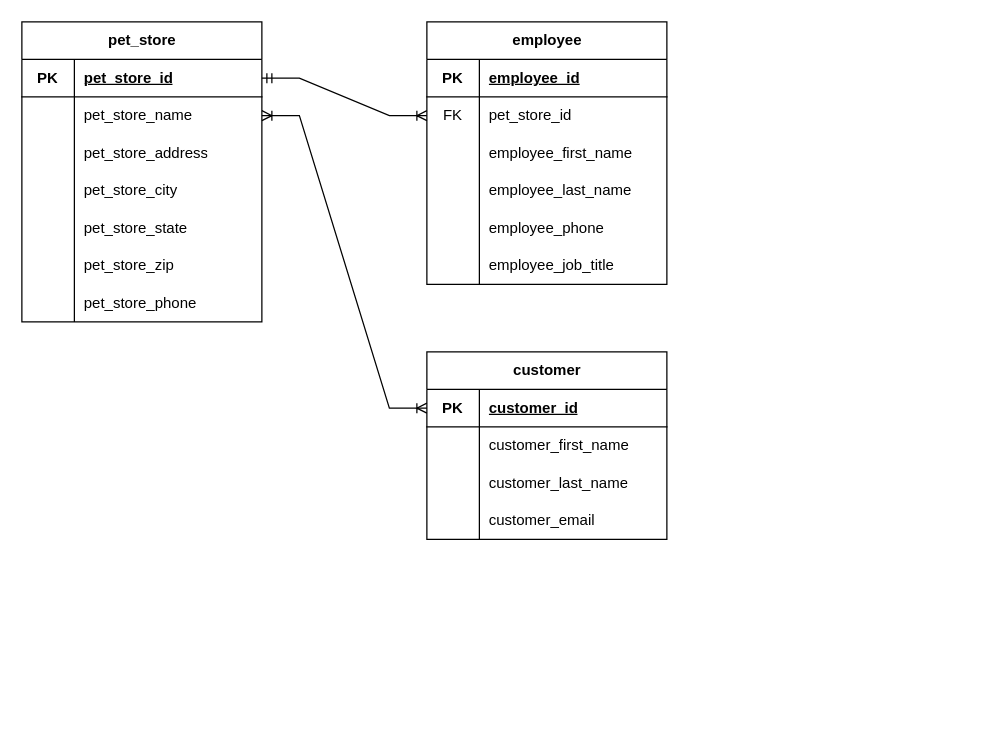
ProjectGrantwood/pet-store keeps this draw.io diagram as src/main/resources/pet_store_erd.drawio. Above is the earlier version. Source tidied: cells renumbered, new cells numbered last; positions are measured from the earlier drawing's top-left corner, leaving out a move shared by most shapes. Both pictures are drawn from the tidied source at 125%, with x=0, y=0 at pixel (21, 21).
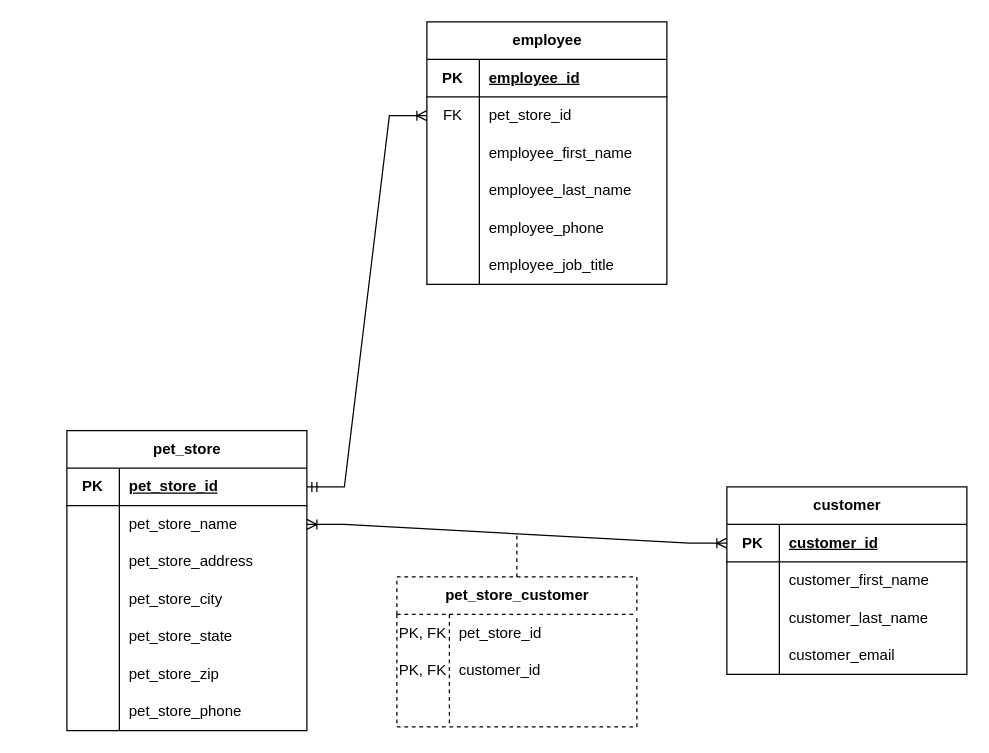
The same diagram, later.

Commit message (it also covers changes not shown here):
added pet_store_customer join table to ERD

The change refers to these unchanged cells:
```xml
<mxCell id="3" style="shape=tableRow;horizontal=0;startSize=0;swimlaneHead=0;swimlaneBody=0;fillColor=none;points=[[0,0.5],[1,0.5]];portConstraint=eastwest;top=0;left=0;right=0;bottom=1;" parent="2" vertex="1">
  <mxGeometry y="30" width="192" height="30" as="geometry" />
</mxCell>
<mxCell id="6" style="shape=tableRow;horizontal=0;startSize=0;swimlaneHead=0;swimlaneBody=0;fillColor=none;points=[[0,0.5],[1,0.5]];portConstraint=eastwest;top=0;left=0;right=0;bottom=0;" parent="2" vertex="1">
  <mxGeometry y="60" width="192" height="30" as="geometry" />
</mxCell>
<mxCell id="28" style="shape=tableRow;horizontal=0;startSize=0;swimlaneHead=0;swimlaneBody=0;fillColor=none;points=[[0,0.5],[1,0.5]];portConstraint=eastwest;top=0;left=0;right=0;bottom=0;" parent="24" vertex="1">
  <mxGeometry y="60" width="192" height="30" as="geometry" />
</mxCell>
<mxCell id="44" style="shape=tableRow;horizontal=0;startSize=0;swimlaneHead=0;swimlaneBody=0;fillColor=none;points=[[0,0.5],[1,0.5]];portConstraint=eastwest;top=0;left=0;right=0;bottom=1;" parent="43" vertex="1">
  <mxGeometry y="30" width="192" height="30" as="geometry" />
</mxCell>
```

Change to the diagram source:
```diff
@@
     <mxCell id="2" value="pet_store" style="shape=table;startSize=30;childLayout=tableLayout;rowLines=0;fontStyle=1;align=center;html=1;" parent="1" vertex="1">
-      <mxGeometry width="192" height="240" as="geometry" />
+      <mxGeometry x="36" y="327" width="192" height="240" as="geometry" />
     </mxCell>
@@
     <mxCell id="43" value="customer" style="shape=table;startSize=30;childLayout=tableLayout;rowLines=0;fontStyle=1;align=center;html=1;" parent="1" vertex="1">
-      <mxGeometry x="324" y="264" width="192" height="150" as="geometry" />
+      <mxGeometry x="564" y="372" width="192" height="150" as="geometry" />
     </mxCell>
@@
-    <mxCell id="56" style="edgeStyle=entityRelationEdgeStyle;fontSize=12;html=1;endArrow=ERoneToMany;startArrow=ERmandOne;rounded=0;exitX=1;exitY=0.5;exitDx=0;exitDy=0;entryX=0;entryY=0.5;entryDx=0;entryDy=0;" parent="1" edge="1" source="3" target="28">
+    <mxCell id="56" style="edgeStyle=entityRelationEdgeStyle;fontSize=12;html=1;endArrow=ERoneToMany;startArrow=ERmandOne;rounded=0;exitX=1;exitY=0.5;exitDx=0;exitDy=0;entryX=0;entryY=0.5;entryDx=0;entryDy=0;startFill=0;" parent="1" edge="1" source="3" target="28">
       <mxGeometry relative="1" as="geometry" />
     </mxCell>
-    <mxCell id="57" style="edgeStyle=entityRelationEdgeStyle;fontSize=12;html=1;endArrow=ERoneToMany;startArrow=ERoneToMany;rounded=0;exitX=1;exitY=0.5;exitDx=0;exitDy=0;entryX=0;entryY=0.5;entryDx=0;entryDy=0;" parent="1" edge="1" source="6" target="44">
+    <mxCell id="57" style="edgeStyle=entityRelationEdgeStyle;fontSize=12;html=1;endArrow=ERoneToMany;startArrow=ERoneToMany;rounded=0;exitX=1;exitY=0.5;exitDx=0;exitDy=0;entryX=0;entryY=0.5;entryDx=0;entryDy=0;endFill=0;" parent="1" edge="1" source="6" target="44">
       <mxGeometry relative="1" as="geometry" />
     </mxCell>
+    <mxCell id="58" style="edgeStyle=orthogonalEdgeStyle;rounded=0;jettySize=auto;html=1;exitX=0.5;exitY=0;exitDx=0;exitDy=0;endArrow=none;endFill=0;dashed=1;" parent="1" edge="1" source="59">
+      <mxGeometry relative="1" as="geometry">
+        <mxPoint x="396" y="408" as="targetPoint" />
+      </mxGeometry>
+    </mxCell>
+    <mxCell id="59" value="pet_store_customer" style="shape=table;startSize=30;childLayout=tableLayout;rowLines=0;fontStyle=1;align=center;html=1;dashed=1;" parent="1" vertex="1">
+      <mxGeometry x="300" y="444" width="192" height="120" as="geometry" />
+    </mxCell>
+    <mxCell id="60" style="shape=tableRow;horizontal=0;startSize=0;swimlaneHead=0;swimlaneBody=0;fillColor=none;top=0;left=0;right=0;bottom=0;" parent="59" vertex="1">
+      <mxGeometry y="30" width="192" height="30" as="geometry" />
+    </mxCell>
+    <mxCell id="61" value="PK, FK" style="shape=partialRectangle;fillColor=none;top=0;left=0;bottom=0;right=0;overflow=hidden;whiteSpace=wrap;html=1;" parent="60" vertex="1">
+      <mxGeometry width="42" height="30" as="geometry" />
+    </mxCell>
+    <mxCell id="62" value="pet_store_id" style="shape=partialRectangle;fillColor=none;top=0;left=0;bottom=0;right=0;align=left;spacingLeft=6;overflow=hidden;whiteSpace=wrap;html=1;" parent="60" vertex="1">
+      <mxGeometry x="42" width="150" height="30" as="geometry" />
+    </mxCell>
+    <mxCell id="63" style="shape=tableRow;horizontal=0;startSize=0;swimlaneHead=0;swimlaneBody=0;fillColor=none;top=0;left=0;right=0;bottom=0;" parent="59" vertex="1">
+      <mxGeometry y="60" width="192" height="30" as="geometry" />
+    </mxCell>
+    <mxCell id="64" value="PK, FK" style="shape=partialRectangle;fillColor=none;top=0;left=0;bottom=0;right=0;overflow=hidden;whiteSpace=wrap;html=1;" parent="63" vertex="1">
+      <mxGeometry width="42" height="30" as="geometry" />
+    </mxCell>
+    <mxCell id="65" value="customer_id" style="shape=partialRectangle;fillColor=none;top=0;left=0;bottom=0;right=0;align=left;spacingLeft=6;overflow=hidden;whiteSpace=wrap;html=1;" parent="63" vertex="1">
+      <mxGeometry x="42" width="150" height="30" as="geometry" />
+    </mxCell>
+    <mxCell id="66" style="shape=tableRow;horizontal=0;startSize=0;swimlaneHead=0;swimlaneBody=0;fillColor=none;top=0;left=0;right=0;bottom=0;" parent="59" vertex="1">
+      <mxGeometry y="90" width="192" height="30" as="geometry" />
+    </mxCell>
+    <mxCell id="67" style="shape=partialRectangle;fillColor=none;top=0;left=0;bottom=0;right=0;overflow=hidden;whiteSpace=wrap;html=1;" parent="66" vertex="1">
+      <mxGeometry width="42" height="30" as="geometry" />
+    </mxCell>
+    <mxCell id="68" style="shape=partialRectangle;fillColor=none;top=0;left=0;bottom=0;right=0;align=left;spacingLeft=6;overflow=hidden;whiteSpace=wrap;html=1;" parent="66" vertex="1">
+      <mxGeometry x="42" width="150" height="30" as="geometry" />
+    </mxCell>
```
